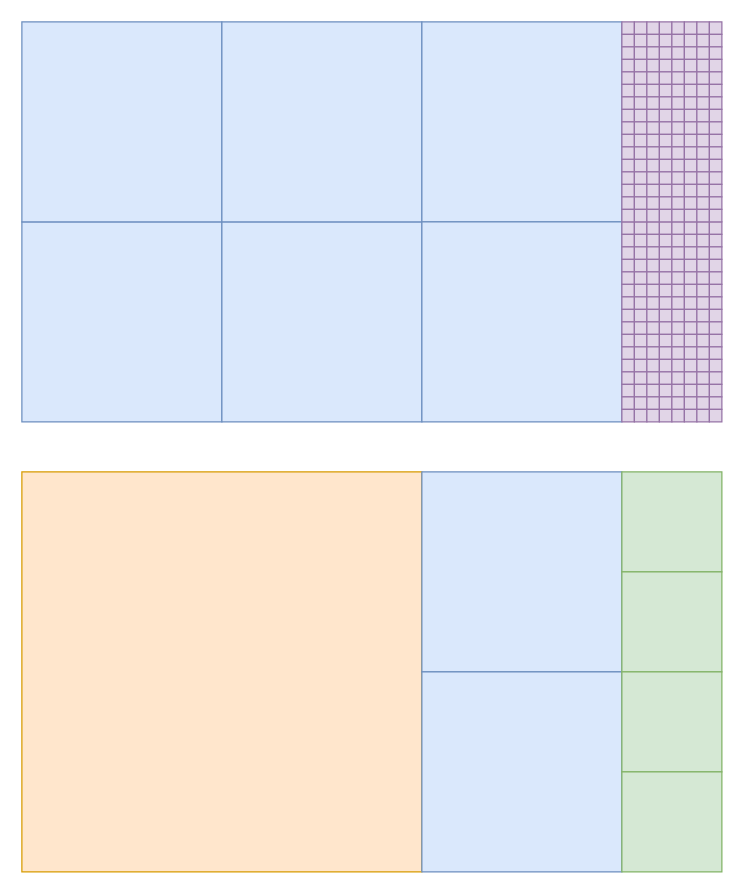
Above: mmac.drawio in zjunweihit/drawio (draw.io), before the change. Source tidied: cells renumbered, new cells numbered last; positions are measured from the earlier drawing's top-left corner, leaving out a move shared by most shapes. Both pictures are drawn from the tidied source at 125%, with x=0, y=0 at pixel (21, 21).
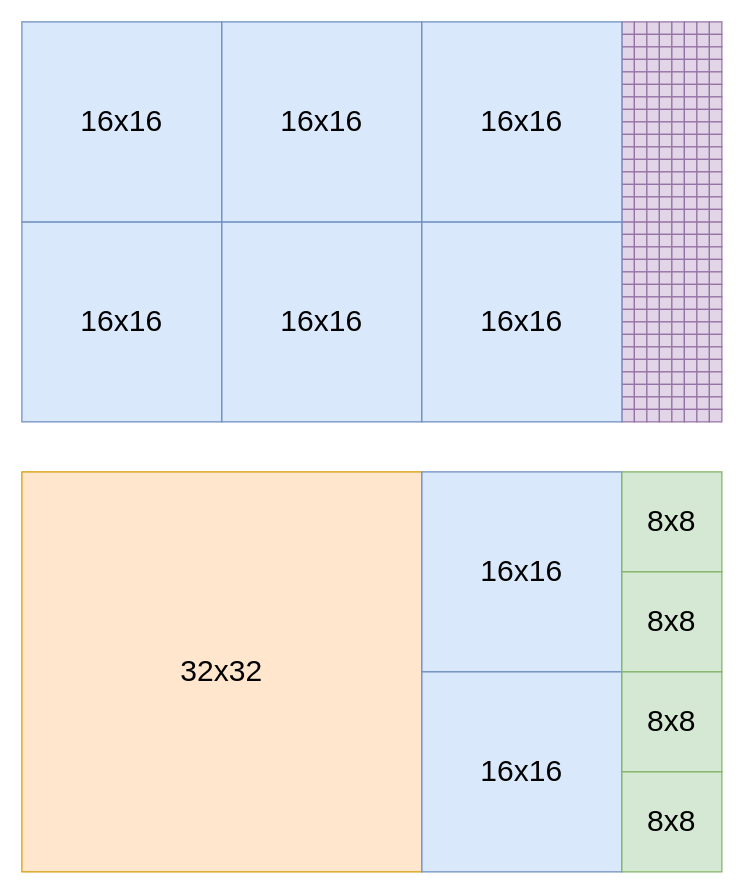
The same diagram, later.

The edit, as a diff of the source:
```diff
@@
-    <mxCell id="2" style="rounded=0;whiteSpace=wrap;html=1;fillColor=#ffe6cc;strokeColor=#d79b00;" parent="1" vertex="1">
+    <mxCell id="2" value="&lt;font style=&quot;font-size: 24px;&quot;&gt;32x32&lt;/font&gt;" style="rounded=0;whiteSpace=wrap;html=1;fillColor=#ffe6cc;strokeColor=#d79b00;" parent="1" vertex="1">
       <mxGeometry y="360" width="320" height="320" as="geometry" />
     </mxCell>
-    <mxCell id="3" style="rounded=0;whiteSpace=wrap;html=1;fillColor=#dae8fc;strokeColor=#6c8ebf;" parent="1" vertex="1">
+    <mxCell id="3" value="&lt;font style=&quot;font-size: 24px;&quot;&gt;16x16&lt;/font&gt;" style="rounded=0;whiteSpace=wrap;html=1;fillColor=#dae8fc;strokeColor=#6c8ebf;" parent="1" vertex="1">
       <mxGeometry x="320" y="360" width="160" height="160" as="geometry" />
     </mxCell>
-    <mxCell id="4" style="rounded=0;whiteSpace=wrap;html=1;fillColor=#dae8fc;strokeColor=#6c8ebf;" parent="1" vertex="1">
+    <mxCell id="4" value="&lt;font style=&quot;font-size: 24px;&quot;&gt;16x16&lt;/font&gt;" style="rounded=0;whiteSpace=wrap;html=1;fillColor=#dae8fc;strokeColor=#6c8ebf;" parent="1" vertex="1">
       <mxGeometry x="320" y="520" width="160" height="160" as="geometry" />
     </mxCell>
-    <mxCell id="5" style="rounded=0;whiteSpace=wrap;html=1;fillColor=#d5e8d4;strokeColor=#82b366;" parent="1" vertex="1">
+    <mxCell id="5" value="&lt;font style=&quot;font-size: 24px;&quot;&gt;8x8&lt;/font&gt;" style="rounded=0;whiteSpace=wrap;html=1;fillColor=#d5e8d4;strokeColor=#82b366;" parent="1" vertex="1">
       <mxGeometry x="480" y="360" width="80" height="80" as="geometry" />
     </mxCell>
-    <mxCell id="6" style="rounded=0;whiteSpace=wrap;html=1;fillColor=#d5e8d4;strokeColor=#82b366;" parent="1" vertex="1">
-      <mxGeometry x="480" y="440" width="80" height="80" as="geometry" />
-    </mxCell>
-    <mxCell id="7" style="rounded=0;whiteSpace=wrap;html=1;fillColor=#d5e8d4;strokeColor=#82b366;" parent="1" vertex="1">
-      <mxGeometry x="480" y="520" width="80" height="80" as="geometry" />
-    </mxCell>
-    <mxCell id="8" style="rounded=0;whiteSpace=wrap;html=1;fillColor=#d5e8d4;strokeColor=#82b366;" parent="1" vertex="1">
-      <mxGeometry x="480" y="600" width="80" height="80" as="geometry" />
-    </mxCell>
-    <mxCell id="9" style="rounded=0;whiteSpace=wrap;html=1;fillColor=#dae8fc;strokeColor=#6c8ebf;" parent="1" vertex="1">
-      <mxGeometry y="160" width="160" height="160" as="geometry" />
-    </mxCell>
-    <mxCell id="10" style="rounded=0;whiteSpace=wrap;html=1;fillColor=#dae8fc;strokeColor=#6c8ebf;" parent="1" vertex="1">
-      <mxGeometry width="160" height="160" as="geometry" />
-    </mxCell>
-    <mxCell id="11" style="rounded=0;whiteSpace=wrap;html=1;fillColor=#dae8fc;strokeColor=#6c8ebf;" parent="1" vertex="1">
-      <mxGeometry x="160" y="160" width="160" height="160" as="geometry" />
-    </mxCell>
-    <mxCell id="12" style="rounded=0;whiteSpace=wrap;html=1;fillColor=#dae8fc;strokeColor=#6c8ebf;" parent="1" vertex="1">
-      <mxGeometry x="160" width="160" height="160" as="geometry" />
-    </mxCell>
-    <mxCell id="13" style="rounded=0;whiteSpace=wrap;html=1;fillColor=#dae8fc;strokeColor=#6c8ebf;" parent="1" vertex="1">
-      <mxGeometry x="320" width="160" height="160" as="geometry" />
-    </mxCell>
-    <mxCell id="14" style="rounded=0;whiteSpace=wrap;html=1;fillColor=#dae8fc;strokeColor=#6c8ebf;" parent="1" vertex="1">
-      <mxGeometry x="320" y="160" width="160" height="160" as="geometry" />
-    </mxCell>
@@
+    <mxCell id="271" value="&lt;font style=&quot;font-size: 24px;&quot;&gt;8x8&lt;/font&gt;" style="rounded=0;whiteSpace=wrap;html=1;fillColor=#d5e8d4;strokeColor=#82b366;" parent="1" vertex="1">
+      <mxGeometry x="480" y="440" width="80" height="80" as="geometry" />
+    </mxCell>
+    <mxCell id="272" value="&lt;font style=&quot;font-size: 24px;&quot;&gt;8x8&lt;/font&gt;" style="rounded=0;whiteSpace=wrap;html=1;fillColor=#d5e8d4;strokeColor=#82b366;" parent="1" vertex="1">
+      <mxGeometry x="480" y="520" width="80" height="80" as="geometry" />
+    </mxCell>
+    <mxCell id="273" value="&lt;font style=&quot;font-size: 24px;&quot;&gt;8x8&lt;/font&gt;" style="rounded=0;whiteSpace=wrap;html=1;fillColor=#d5e8d4;strokeColor=#82b366;" parent="1" vertex="1">
+      <mxGeometry x="480" y="600" width="80" height="80" as="geometry" />
+    </mxCell>
+    <mxCell id="274" value="&lt;font style=&quot;font-size: 24px;&quot;&gt;16x16&lt;/font&gt;" style="rounded=0;whiteSpace=wrap;html=1;fillColor=#dae8fc;strokeColor=#6c8ebf;" parent="1" vertex="1">
+      <mxGeometry y="160" width="160" height="160" as="geometry" />
+    </mxCell>
+    <mxCell id="275" value="&lt;font style=&quot;font-size: 24px;&quot;&gt;16x16&lt;/font&gt;" style="rounded=0;whiteSpace=wrap;html=1;fillColor=#dae8fc;strokeColor=#6c8ebf;" parent="1" vertex="1">
+      <mxGeometry width="160" height="160" as="geometry" />
+    </mxCell>
+    <mxCell id="276" value="&lt;font style=&quot;font-size: 24px;&quot;&gt;16x16&lt;/font&gt;" style="rounded=0;whiteSpace=wrap;html=1;fillColor=#dae8fc;strokeColor=#6c8ebf;" parent="1" vertex="1">
+      <mxGeometry x="160" y="160" width="160" height="160" as="geometry" />
+    </mxCell>
+    <mxCell id="277" value="&lt;font style=&quot;font-size: 24px;&quot;&gt;16x16&lt;/font&gt;" style="rounded=0;whiteSpace=wrap;html=1;fillColor=#dae8fc;strokeColor=#6c8ebf;" parent="1" vertex="1">
+      <mxGeometry x="160" width="160" height="160" as="geometry" />
+    </mxCell>
+    <mxCell id="278" value="&lt;font style=&quot;font-size: 24px;&quot;&gt;16x16&lt;/font&gt;" style="rounded=0;whiteSpace=wrap;html=1;fillColor=#dae8fc;strokeColor=#6c8ebf;" parent="1" vertex="1">
+      <mxGeometry x="320" y="160" width="160" height="160" as="geometry" />
+    </mxCell>
+    <mxCell id="279" value="&lt;font style=&quot;font-size: 24px;&quot;&gt;16x16&lt;/font&gt;" style="rounded=0;whiteSpace=wrap;html=1;fillColor=#dae8fc;strokeColor=#6c8ebf;" parent="1" vertex="1">
+      <mxGeometry x="320" width="160" height="160" as="geometry" />
+    </mxCell>
```
